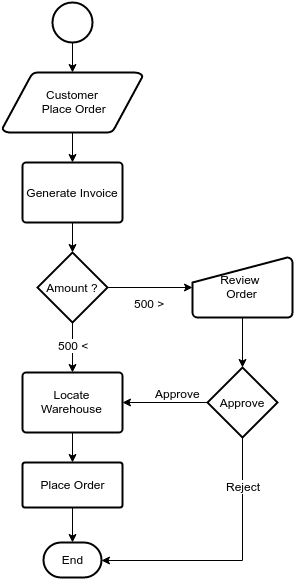
Before: OrderProcessingSample/FlowChart.png, a diagram exported from draw.io (hasithaa/BPM_Samples). Source tidied: cells renumbered, new cells last; positions are measured from the earlier drawing's top-left corner, leaving out a move shared by most shapes.
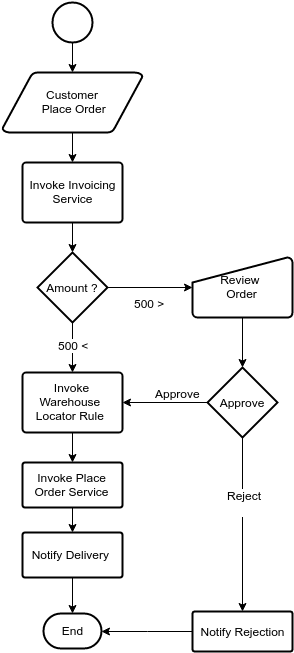
After the commit.

Diff of the diagram source:
```diff
@@ -44,24 +44,24 @@
       <mxGeometry x="35" y="250" width="70" height="70" as="geometry" />
     </mxCell>
     <mxCell id="13" value="End" style="strokeWidth=2;html=1;shape=mxgraph.flowchart.terminator;whiteSpace=wrap;" parent="1" vertex="1">
-      <mxGeometry x="41" y="540" width="58" height="35" as="geometry" />
+      <mxGeometry x="41" y="611" width="58" height="35" as="geometry" />
     </mxCell>
     <mxCell id="14" style="edgeStyle=orthogonalEdgeStyle;rounded=0;html=1;entryX=0.5;entryY=0;entryPerimeter=0;jettySize=auto;" parent="1" edge="1" source="15" target="17">
       <mxGeometry x="185" y="470" as="geometry" />
     </mxCell>
-    <mxCell id="15" value="&lt;span&gt;Locate Warehouse&lt;/span&gt;" style="strokeWidth=2;html=1;shape=mxgraph.flowchart.process;whiteSpace=wrap;" parent="1" vertex="1">
+    <mxCell id="15" value="&lt;span&gt;Invoke Warehouse&amp;nbsp;&lt;/span&gt;&lt;div&gt;&lt;span&gt;Locator Rule&amp;nbsp;&lt;/span&gt;&lt;/div&gt;" style="strokeWidth=2;html=1;shape=mxgraph.flowchart.process;whiteSpace=wrap;" parent="1" vertex="1">
       <mxGeometry x="20" y="370" width="100" height="60" as="geometry" />
     </mxCell>
-    <mxCell id="16" style="edgeStyle=orthogonalEdgeStyle;rounded=0;html=1;entryX=0.5;entryY=0;entryPerimeter=0;jettySize=auto;" parent="1" edge="1" source="17" target="13">
+    <mxCell id="16" style="edgeStyle=orthogonalEdgeStyle;rounded=0;html=1;jettySize=auto;" parent="1" edge="1" source="17" target="32">
       <mxGeometry x="185" y="545" as="geometry" />
     </mxCell>
-    <mxCell id="17" value="&lt;span&gt;Place Order&lt;/span&gt;&lt;br&gt;" style="strokeWidth=2;html=1;shape=mxgraph.flowchart.process;whiteSpace=wrap;" parent="1" vertex="1">
+    <mxCell id="17" value="&lt;span&gt;Invoke Place Order Service&lt;/span&gt;&lt;br&gt;" style="strokeWidth=2;html=1;shape=mxgraph.flowchart.process;whiteSpace=wrap;" parent="1" vertex="1">
       <mxGeometry x="20" y="460" width="100" height="45" as="geometry" />
     </mxCell>
     <mxCell id="18" style="edgeStyle=orthogonalEdgeStyle;rounded=0;html=1;jettySize=auto;" parent="1" edge="1" source="19" target="12">
       <mxGeometry x="185" y="260" as="geometry" />
     </mxCell>
-    <mxCell id="19" value="&lt;span&gt;Generate Invoice&lt;/span&gt;&lt;br&gt;" style="strokeWidth=2;html=1;shape=mxgraph.flowchart.process;whiteSpace=wrap;" parent="1" vertex="1">
+    <mxCell id="19" value="&lt;span&gt;Invoke Invoicing&lt;/span&gt;&lt;br&gt;&lt;div&gt;&lt;span&gt;Service&lt;/span&gt;&lt;/div&gt;" style="strokeWidth=2;html=1;shape=mxgraph.flowchart.process;whiteSpace=wrap;" parent="1" vertex="1">
       <mxGeometry x="20" y="160" width="100" height="60" as="geometry" />
     </mxCell>
     <mxCell id="20" style="edgeStyle=orthogonalEdgeStyle;rounded=0;html=1;entryX=0.5;entryY=0;entryPerimeter=0;jettySize=auto;" parent="1" edge="1" source="21" target="28">
@@ -83,25 +83,29 @@
         <mxPoint x="14" y="-6" as="offset" />
       </mxGeometry>
     </mxCell>
-    <mxCell id="25" style="edgeStyle=orthogonalEdgeStyle;rounded=0;html=1;entryX=1;entryY=0.5;entryPerimeter=0;jettySize=auto;exitX=0.5;exitY=1;exitPerimeter=0;" parent="1" edge="1" source="28" target="13">
-      <mxGeometry x="214" y="475" as="geometry">
-        <Array as="points">
-          <mxPoint x="240" y="558" />
-        </Array>
-      </mxGeometry>
+    <mxCell id="25" style="edgeStyle=orthogonalEdgeStyle;rounded=0;html=1;jettySize=auto;" parent="1" edge="1" source="28" target="30">
+      <mxGeometry x="355" y="475" as="geometry" />
     </mxCell>
-    <mxCell id="26" value="Reject" style="text;html=1;align=center;verticalAlign=middle;labelBackgroundColor=#ffffff;" parent="25" vertex="1">
-      <mxGeometry x="-0.76" y="2" relative="1" as="geometry">
-        <mxPoint x="-2" y="17" as="offset" />
-      </mxGeometry>
+    <mxCell id="26" value="Reject&lt;div&gt;&lt;br&gt;&lt;/div&gt;" style="text;html=1;align=center;verticalAlign=middle;labelBackgroundColor=#ffffff;" parent="25" vertex="1">
+      <mxGeometry x="-0.25" y="1" relative="1" as="geometry" />
     </mxCell>
-    <mxCell id="27" value="Reject" style="text;html=1;align=center;verticalAlign=middle;labelBackgroundColor=#ffffff;" parent="1" vertex="1">
-      <mxGeometry x="240" y="483" as="geometry">
-        <mxPoint x="-2" y="17" as="offset" />
-      </mxGeometry>
+    <mxCell id="27" value="Reject&lt;div&gt;&lt;br&gt;&lt;/div&gt;" style="text;html=1;align=center;verticalAlign=middle;labelBackgroundColor=#ffffff;" parent="1" vertex="1">
+      <mxGeometry x="241" y="500" as="geometry" />
     </mxCell>
     <mxCell id="28" value="Approve" style="strokeWidth=2;html=1;shape=mxgraph.flowchart.decision;whiteSpace=wrap;" parent="1" vertex="1">
       <mxGeometry x="205" y="365" width="70" height="70" as="geometry" />
     </mxCell>
+    <mxCell id="29" style="edgeStyle=orthogonalEdgeStyle;rounded=0;html=1;jettySize=auto;" parent="1" edge="1" source="30" target="13">
+      <mxGeometry x="214" y="669" as="geometry" />
+    </mxCell>
+    <mxCell id="30" value="&lt;span&gt;Notify Rejection&lt;/span&gt;" style="strokeWidth=2;html=1;shape=mxgraph.flowchart.process;whiteSpace=wrap;" parent="1" vertex="1">
+      <mxGeometry x="190" y="609" width="100" height="40" as="geometry" />
+    </mxCell>
+    <mxCell id="31" style="edgeStyle=orthogonalEdgeStyle;rounded=0;html=1;entryX=0.5;entryY=0;entryPerimeter=0;jettySize=auto;" parent="1" edge="1" source="32" target="13">
+      <mxGeometry x="185" y="615" as="geometry" />
+    </mxCell>
+    <mxCell id="32" value="&lt;span&gt;Notify&amp;nbsp;Delivery&lt;/span&gt;&lt;span style=&quot;line-height: 1.2&quot;&gt;&amp;nbsp;&lt;/span&gt;" style="strokeWidth=2;html=1;shape=mxgraph.flowchart.process;whiteSpace=wrap;" parent="1" vertex="1">
+      <mxGeometry x="20" y="530" width="100" height="45" as="geometry" />
+    </mxCell>
   </root>
 </mxGraphModel>
```
